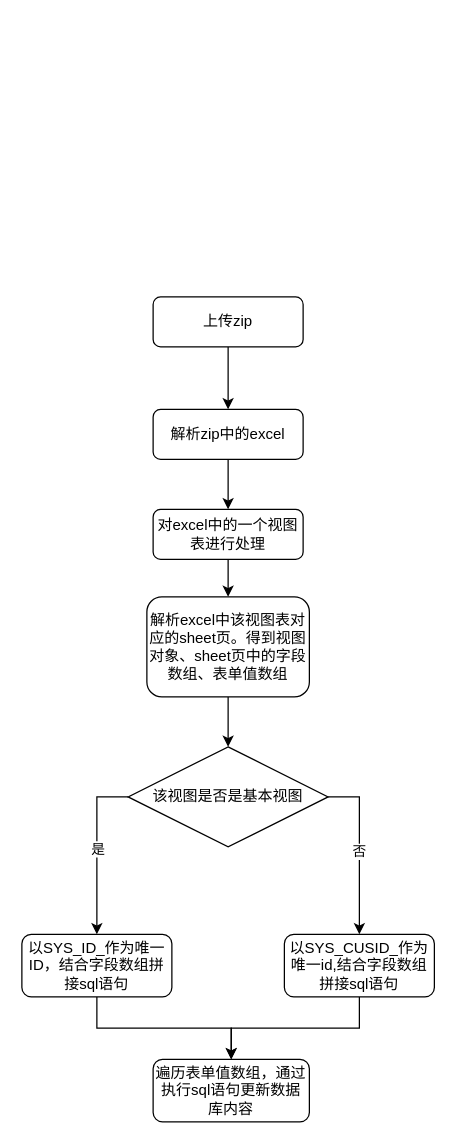
NyarAlex/blog keeps this draw.io diagram as 251-批量导入修改流程图.drawio. Above is the earlier version. Source tidied: cells renumbered, new cells numbered last; positions are measured from the earlier drawing's top-left corner, leaving out a move shared by most shapes. Both pictures are drawn from the tidied source at 125%, with x=0, y=0 at pixel (21, 296).
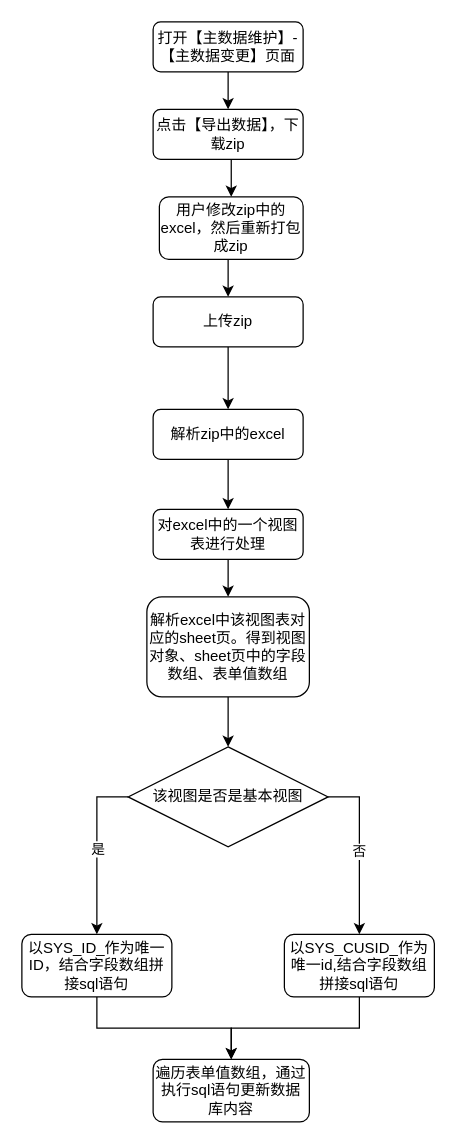
The same diagram, later.

Commit message:
更新251-批量导入修改流程图.drawio

The change refers to these unchanged cells:
```xml
<mxCell id="3" value="上传zip" style="rounded=1;whiteSpace=wrap;html=1;fontSize=12;glass=0;strokeWidth=1;shadow=0;" parent="1" vertex="1">
  <mxGeometry x="105" width="120" height="40" as="geometry" />
</mxCell>
```

Diff of the diagram source:
```diff
@@
+    <mxCell id="20" style="edgeStyle=orthogonalEdgeStyle;rounded=0;jettySize=auto;html=1;exitX=0.5;exitY=1;exitDx=0;exitDy=0;entryX=0.5;entryY=0;entryDx=0;entryDy=0;" parent="1" edge="1" source="21" target="23">
+      <mxGeometry relative="1" as="geometry" />
+    </mxCell>
+    <mxCell id="21" value="打开【主数据维护】-【主数据变更】页面" style="rounded=1;whiteSpace=wrap;html=1;fontSize=12;glass=0;strokeWidth=1;shadow=0;" parent="1" vertex="1">
+      <mxGeometry x="105" y="-220" width="120" height="40" as="geometry" />
+    </mxCell>
+    <mxCell id="22" style="edgeStyle=orthogonalEdgeStyle;rounded=0;jettySize=auto;html=1;exitX=0.5;exitY=1;exitDx=0;exitDy=0;entryX=0.5;entryY=0;entryDx=0;entryDy=0;" parent="1" edge="1" source="23" target="25">
+      <mxGeometry relative="1" as="geometry" />
+    </mxCell>
+    <mxCell id="23" value="点击【导出数据】，下载zip" style="rounded=1;whiteSpace=wrap;html=1;fontSize=12;glass=0;strokeWidth=1;shadow=0;" parent="1" vertex="1">
+      <mxGeometry x="105" y="-150" width="120" height="40" as="geometry" />
+    </mxCell>
+    <mxCell id="24" style="edgeStyle=orthogonalEdgeStyle;rounded=0;jettySize=auto;html=1;exitX=0.5;exitY=1;exitDx=0;exitDy=0;entryX=0.5;entryY=0;entryDx=0;entryDy=0;" parent="1" edge="1" source="25" target="3">
+      <mxGeometry relative="1" as="geometry" />
+    </mxCell>
+    <mxCell id="25" value="用户修改zip中的excel，然后重新打包成zip" style="rounded=1;whiteSpace=wrap;html=1;fontSize=12;glass=0;strokeWidth=1;shadow=0;" parent="1" vertex="1">
+      <mxGeometry x="110" y="-80" width="115" height="50" as="geometry" />
+    </mxCell>
```
